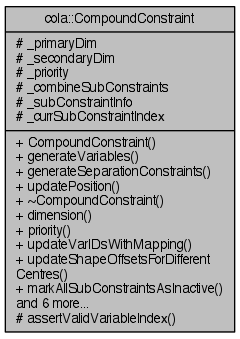
This is documentation/classcola_1_1CompoundConstraint__coll__graph.png from mjwybrow/adaptagrams, a Graphviz export, as it was before one commit. Its source is kept beside it as documentation/classcola_1_1CompoundConstraint__coll__graph.dot.
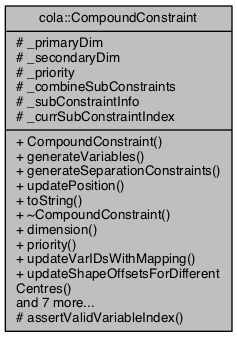
Later version of the same file.

Diff of the diagram source:
```diff
@@ -2,5 +2,5 @@
 {
   edge [fontname="Helvetica",fontsize="10",labelfontname="Helvetica",labelfontsize="10"];
   node [fontname="Helvetica",fontsize="10",shape=record];
-  Node1 [label="{cola::CompoundConstraint\n|# _primaryDim\l# _secondaryDim\l# _priority\l# _combineSubConstraints\l# _subConstraintInfo\l# _currSubConstraintIndex\l|+ CompoundConstraint()\l+ generateVariables()\l+ generateSeparationConstraints()\l+ updatePosition()\l+ ~CompoundConstraint()\l+ dimension()\l+ priority()\l+ updateVarIDsWithMapping()\l+ updateShapeOffsetsForDifferent\lCentres()\l+ markAllSubConstraintsAsInactive()\land 6 more...\l# assertValidVariableIndex()\l}",height=0.2,width=0.4,color="black", fillcolor="grey75", style="filled" fontcolor="black"];
+  Node1 [label="{cola::CompoundConstraint\n|# _primaryDim\l# _secondaryDim\l# _priority\l# _combineSubConstraints\l# _subConstraintInfo\l# _currSubConstraintIndex\l|+ CompoundConstraint()\l+ generateVariables()\l+ generateSeparationConstraints()\l+ updatePosition()\l+ toString()\l+ ~CompoundConstraint()\l+ dimension()\l+ priority()\l+ updateVarIDsWithMapping()\l+ updateShapeOffsetsForDifferent\lCentres()\land 7 more...\l# assertValidVariableIndex()\l}",height=0.2,width=0.4,color="black", fillcolor="grey75", style="filled", fontcolor="black"];
 }
```
